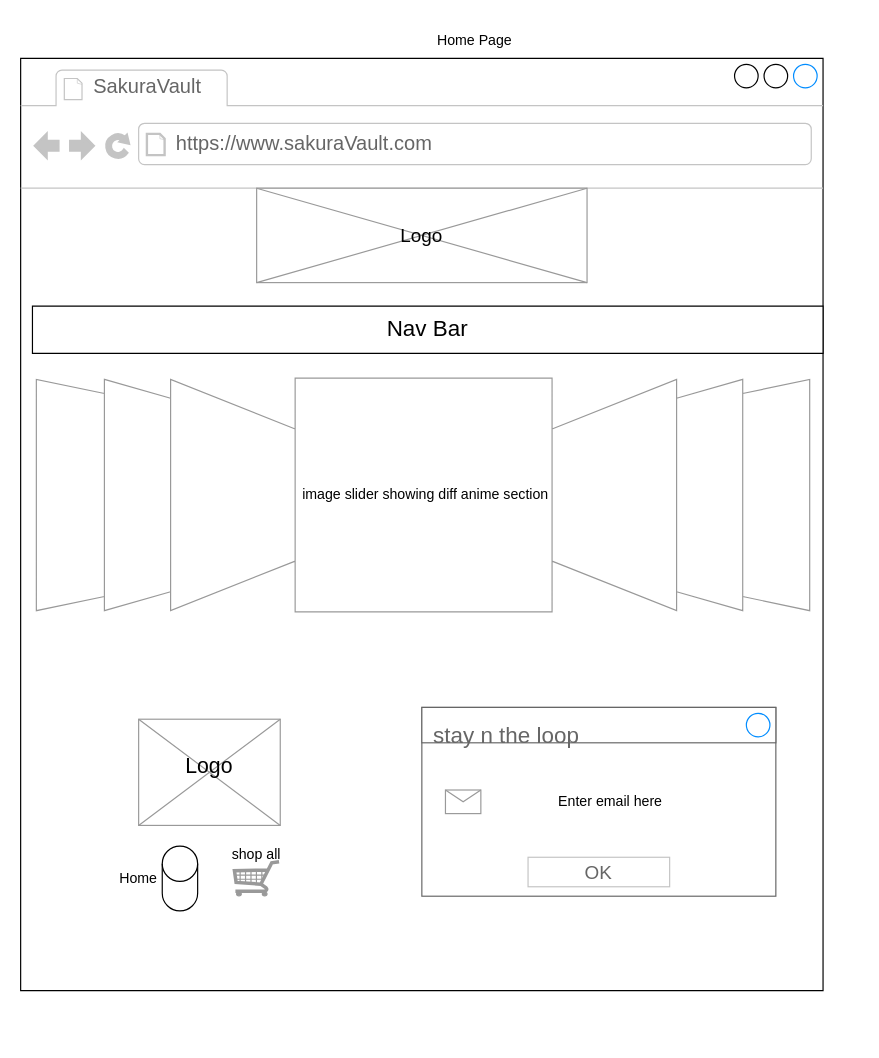
This is myWebsitefrontpage.drawio from OOS1/OOS1, a draw.io file, before an edit. Source tidied: cells renumbered, new cells numbered last; positions are measured from the earlier drawing's top-left corner, leaving out a move shared by most shapes. Both pictures are drawn from the tidied source at 118%, with x=0, y=0 at pixel (20, 22).
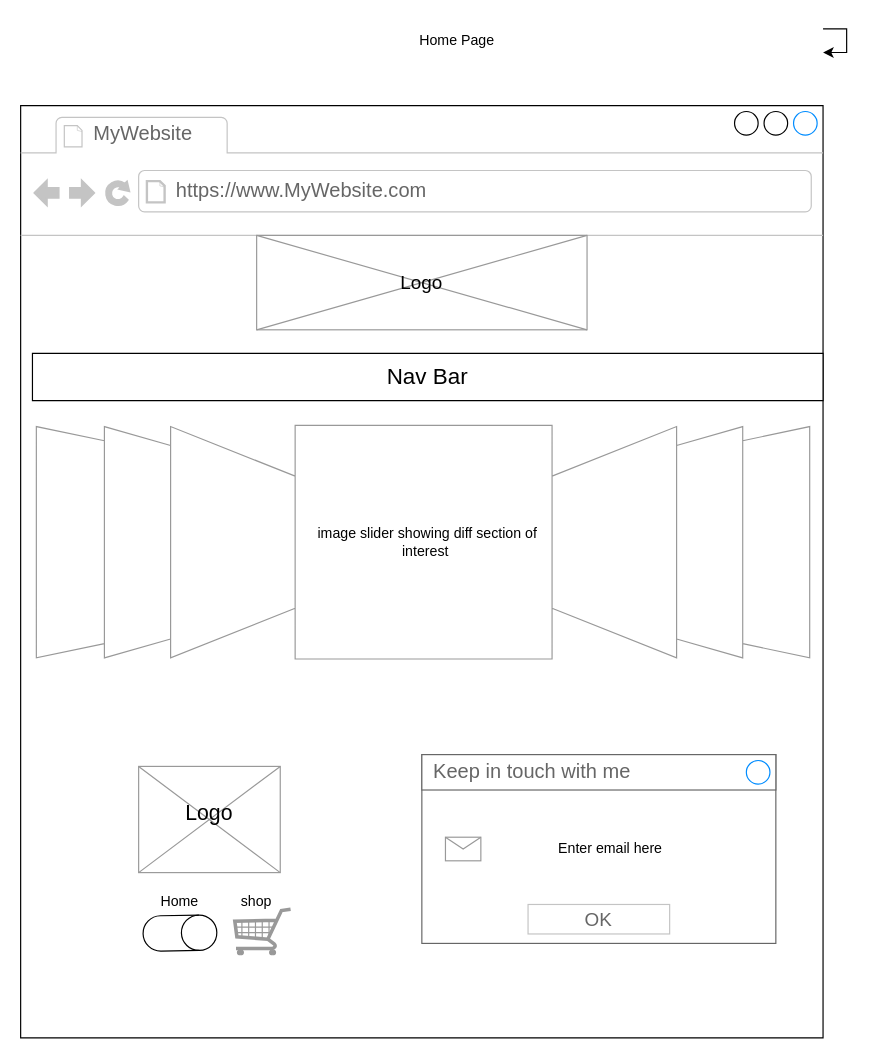
The same diagram, later.

The change refers to these unchanged cells:
```xml
<mxCell id="11" style="strokeWidth=1;shadow=0;dashed=0;align=center;html=1;shape=mxgraph.mockup.containers.rrect;rSize=0;strokeColor=#666666;fontColor=#666666;fontSize=17;verticalAlign=top;whiteSpace=wrap;fillColor=#ffffff;spacingTop=32;" parent="2" vertex="1">
  <mxGeometry x="340" y="550" width="300" height="160" as="geometry" />
</mxCell>
```

What changed in the source:
```diff
@@
     <mxCell id="2" style="strokeWidth=1;shadow=0;dashed=0;align=center;html=1;shape=mxgraph.mockup.containers.browserWindow;rSize=0;strokeColor2=#008cff;strokeColor3=#c4c4c4;mainText=,;" parent="1" vertex="1">
-      <mxGeometry y="30" width="680" height="790" as="geometry" />
+      <mxGeometry y="70" width="680" height="790" as="geometry" />
     </mxCell>
-    <mxCell id="3" value="SakuraVault" style="strokeWidth=1;shadow=0;dashed=0;align=center;html=1;shape=mxgraph.mockup.containers.anchor;fontSize=17;fontColor=#666666;align=left;whiteSpace=wrap;" parent="2" vertex="1">
+    <mxCell id="3" value="MyWebsite" style="strokeWidth=1;shadow=0;dashed=0;align=center;html=1;shape=mxgraph.mockup.containers.anchor;fontSize=17;fontColor=#666666;align=left;whiteSpace=wrap;" parent="2" vertex="1">
       <mxGeometry x="60" y="12" width="110" height="26" as="geometry" />
     </mxCell>
-    <mxCell id="4" value="https://www.sakuraVault.com" style="strokeWidth=1;shadow=0;dashed=0;align=center;html=1;shape=mxgraph.mockup.containers.anchor;rSize=0;fontSize=17;fontColor=#666666;align=left;" parent="2" vertex="1">
+    <mxCell id="4" value="https://www.MyWebsite.com" style="strokeWidth=1;shadow=0;dashed=0;align=center;html=1;shape=mxgraph.mockup.containers.anchor;rSize=0;fontSize=17;fontColor=#666666;align=left;" parent="2" vertex="1">
       <mxGeometry x="130" y="60" width="250" height="26" as="geometry" />
     </mxCell>
@@
-    <mxCell id="10" value="image slider showing diff anime section&amp;nbsp;" style="text;html=1;align=center;verticalAlign=middle;whiteSpace=wrap;rounded=0;" parent="2" vertex="1">
+    <mxCell id="10" value="image slider showing diff section of interest&amp;nbsp;" style="text;html=1;align=center;verticalAlign=middle;whiteSpace=wrap;rounded=0;" parent="2" vertex="1">
       <mxGeometry x="230" y="355" width="230" height="30" as="geometry" />
     </mxCell>
@@
-    <mxCell id="12" value="&lt;div&gt;&lt;br&gt;&lt;/div&gt;&lt;div&gt;&lt;font style=&quot;font-size: 19px;&quot;&gt;stay n the loop&lt;/font&gt;&lt;/div&gt;" style="strokeWidth=1;shadow=0;dashed=0;align=center;html=1;shape=mxgraph.mockup.containers.rrect;rSize=0;fontSize=17;fontColor=#666666;strokeColor=#666666;align=left;spacingLeft=8;fillColor=#ffffff;whiteSpace=wrap;" parent="11" vertex="1">
+    <mxCell id="12" value="&lt;div&gt;Keep in touch with me&lt;/div&gt;" style="strokeWidth=1;shadow=0;dashed=0;align=center;html=1;shape=mxgraph.mockup.containers.rrect;rSize=0;fontSize=17;fontColor=#666666;strokeColor=#666666;align=left;spacingLeft=8;fillColor=#ffffff;whiteSpace=wrap;" parent="11" vertex="1">
       <mxGeometry width="300" height="30" relative="1" as="geometry" />
     </mxCell>
@@
     <mxCell id="17" style="verticalLabelPosition=bottom;shadow=0;dashed=0;align=center;html=1;verticalAlign=top;strokeWidth=1;shape=mxgraph.mockup.misc.shoppingCart;strokeColor=#999999;" parent="2" vertex="1">
-      <mxGeometry x="180" y="680" width="40" height="30" as="geometry" />
+      <mxGeometry x="180" y="680" width="50" height="40" as="geometry" />
     </mxCell>
-    <mxCell id="18" value="shop all" style="text;html=1;align=center;verticalAlign=middle;whiteSpace=wrap;rounded=0;" parent="2" vertex="1">
-      <mxGeometry x="170" y="660" width="60" height="30" as="geometry" />
+    <mxCell id="18" value="shop" style="text;html=1;align=center;verticalAlign=middle;whiteSpace=wrap;rounded=0;" parent="2" vertex="1">
+      <mxGeometry x="165" y="660" width="70" height="30" as="geometry" />
     </mxCell>
     <mxCell id="19" value="Home" style="text;html=1;align=center;verticalAlign=middle;whiteSpace=wrap;rounded=0;" parent="2" vertex="1">
-      <mxGeometry x="70" y="680" width="60" height="30" as="geometry" />
+      <mxGeometry x="105" y="660" width="60" height="30" as="geometry" />
     </mxCell>
-    <mxCell id="20" style="shape=cylinder3;whiteSpace=wrap;html=1;boundedLbl=1;backgroundOutline=1;size=15;" parent="2" vertex="1">
-      <mxGeometry x="120" y="667.5" width="30" height="55" as="geometry" />
+    <mxCell id="20" style="shape=cylinder3;whiteSpace=wrap;html=1;boundedLbl=1;backgroundOutline=1;size=15;rotation=89;" parent="2" vertex="1">
+      <mxGeometry x="120" y="670" width="30" height="62.5" as="geometry" />
     </mxCell>
@@
     <mxCell id="23" value="Home Page" style="text;html=1;align=center;verticalAlign=middle;whiteSpace=wrap;rounded=0;" parent="1" vertex="1">
-      <mxGeometry x="60" width="650" height="30" as="geometry" />
+      <mxGeometry x="60" width="620" height="30" as="geometry" />
     </mxCell>
+    <mxCell id="24" style="edgeStyle=orthogonalEdgeStyle;rounded=0;orthogonalLoop=1;jettySize=auto;html=1;" parent="1" edge="1" source="23" target="23">
+      <mxGeometry relative="1" as="geometry" />
+    </mxCell>
```
